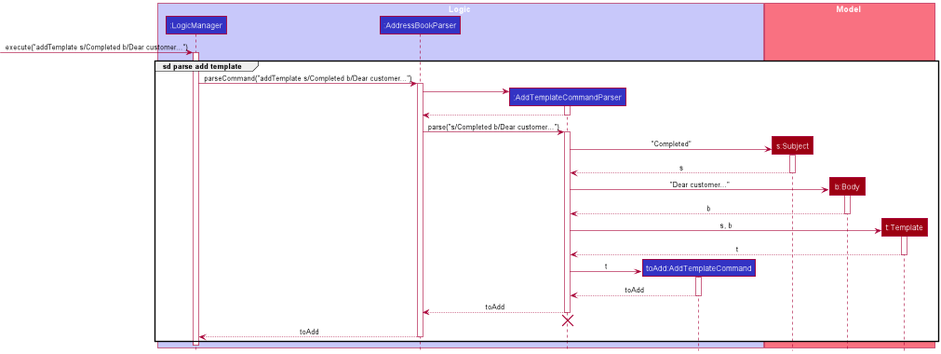
ooawagaeri/tp keeps this PlantUML diagram as docs/images/AddTemplateParseSequenceDiagram.png. Above is the earlier version.
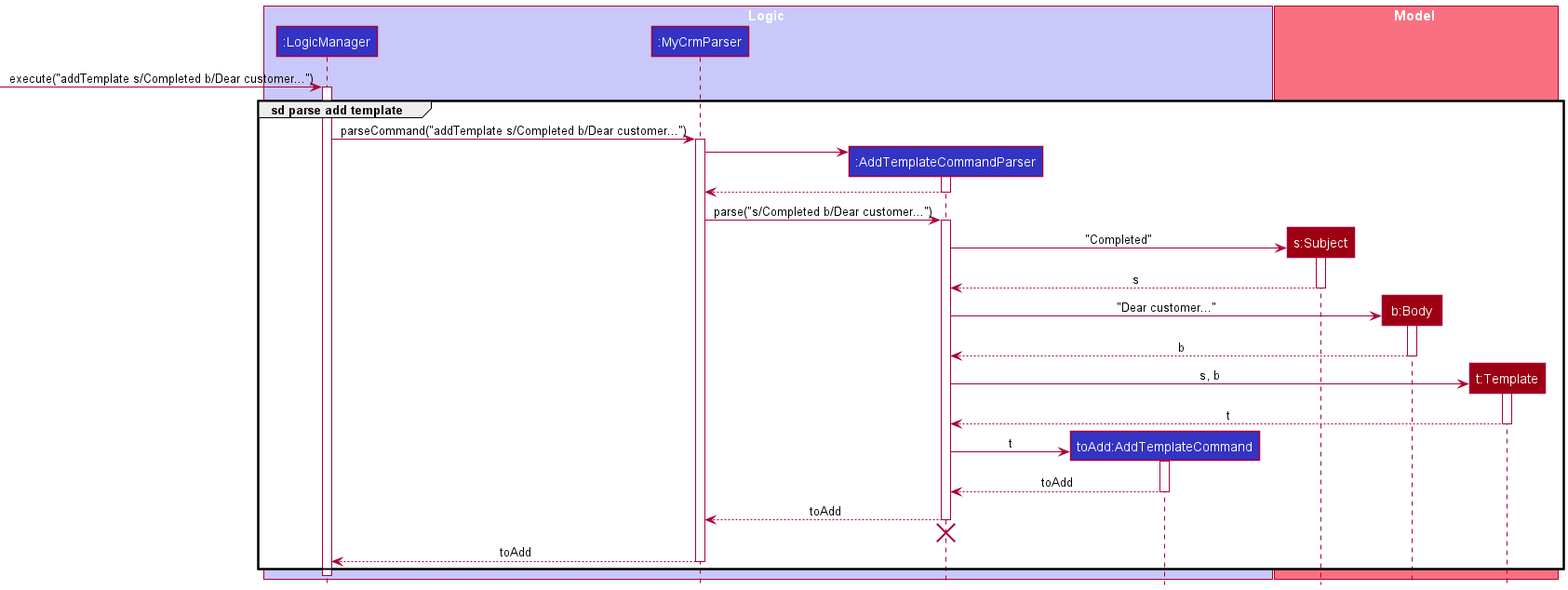
After the commit.

Diff of the diagram source:
```diff
@@ -3,7 +3,7 @@
 
 box Logic LOGIC_COLOR_T1
 participant ":LogicManager" as LogicManager LOGIC_COLOR
-participant ":AddressBookParser" as AddressBookParser LOGIC_COLOR
+participant ":MyCrmParser" as MyCrmParser LOGIC_COLOR
 participant ":AddTemplateCommandParser" as AddTemplateCommandParser LOGIC_COLOR
 participant "toAdd:AddTemplateCommand" as AddTemplateCommand LOGIC_COLOR
 end box
@@ -17,17 +17,17 @@
 activate LogicManager
 
 group sd parse add template
-LogicManager -> AddressBookParser : parseCommand("addTemplate s/Completed b/Dear customer...")
-activate AddressBookParser
+LogicManager -> MyCrmParser : parseCommand("addTemplate s/Completed b/Dear customer...")
+activate MyCrmParser
 
 create AddTemplateCommandParser
-AddressBookParser -> AddTemplateCommandParser
+MyCrmParser -> AddTemplateCommandParser
 activate AddTemplateCommandParser
 
-AddTemplateCommandParser --> AddressBookParser
+AddTemplateCommandParser --> MyCrmParser
 deactivate AddTemplateCommandParser
 
-AddressBookParser -> AddTemplateCommandParser : parse("s/Completed b/Dear customer...")
+MyCrmParser -> AddTemplateCommandParser : parse("s/Completed b/Dear customer...")
 activate AddTemplateCommandParser
 
 create Subject
@@ -54,13 +54,13 @@
 AddTemplateCommand --> AddTemplateCommandParser : toAdd
 deactivate AddTemplateCommand
 
-AddTemplateCommandParser --> AddressBookParser : toAdd
+AddTemplateCommandParser --> MyCrmParser : toAdd
 deactivate AddTemplateCommandParser
-AddTemplateCommandParser -[hidden]-> AddressBookParser
+AddTemplateCommandParser -[hidden]-> MyCrmParser
 destroy AddTemplateCommandParser
 
-AddressBookParser --> LogicManager : toAdd
-deactivate AddressBookParser
+MyCrmParser --> LogicManager : toAdd
+deactivate MyCrmParser
 end
 
 deactivate LogicManager
```
